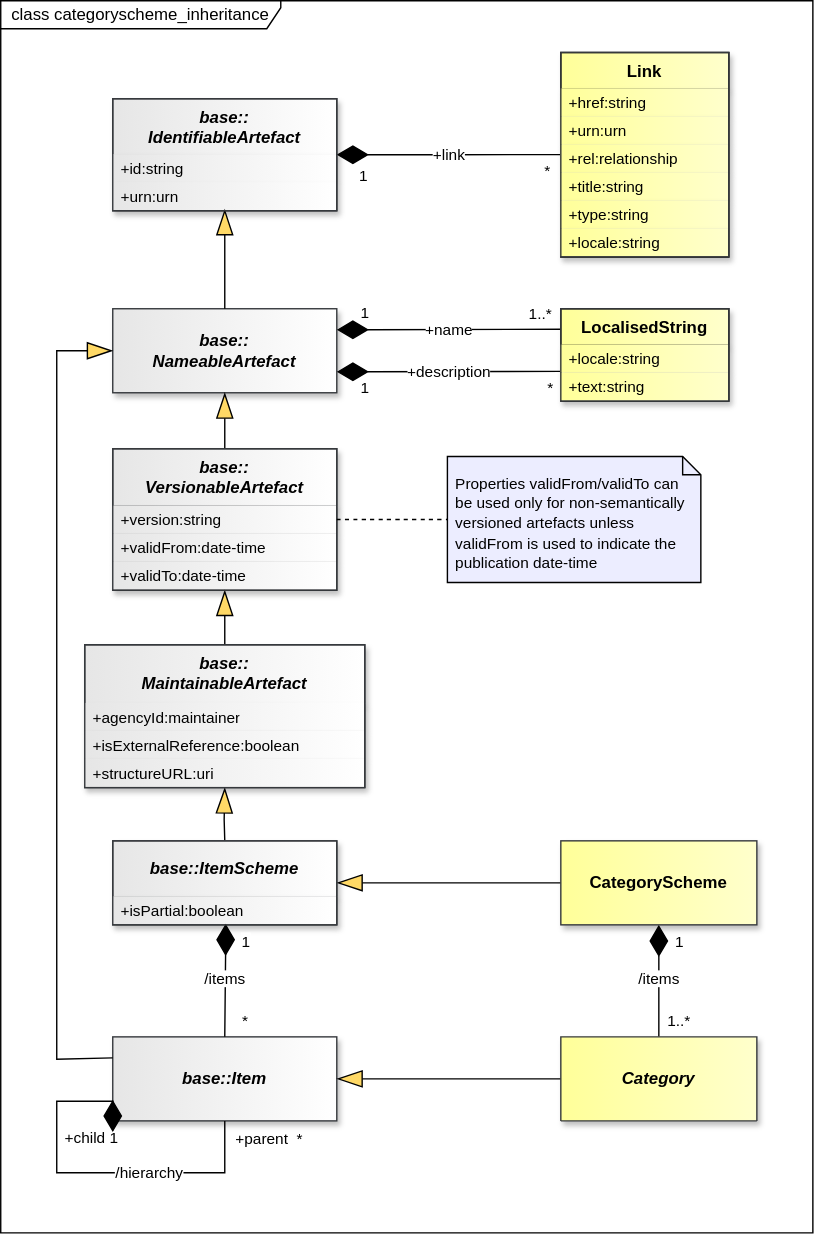
This is docs/information_model/media/sdmx_categoryscheme-categoryscheme_inheritance.svg from sdmx-twg/sdmx-im, a draw.io export, as it was before one commit. Source tidied: cells renumbered, new cells last; positions are measured from the earlier drawing's top-left corner, leaving out a move shared by most shapes.
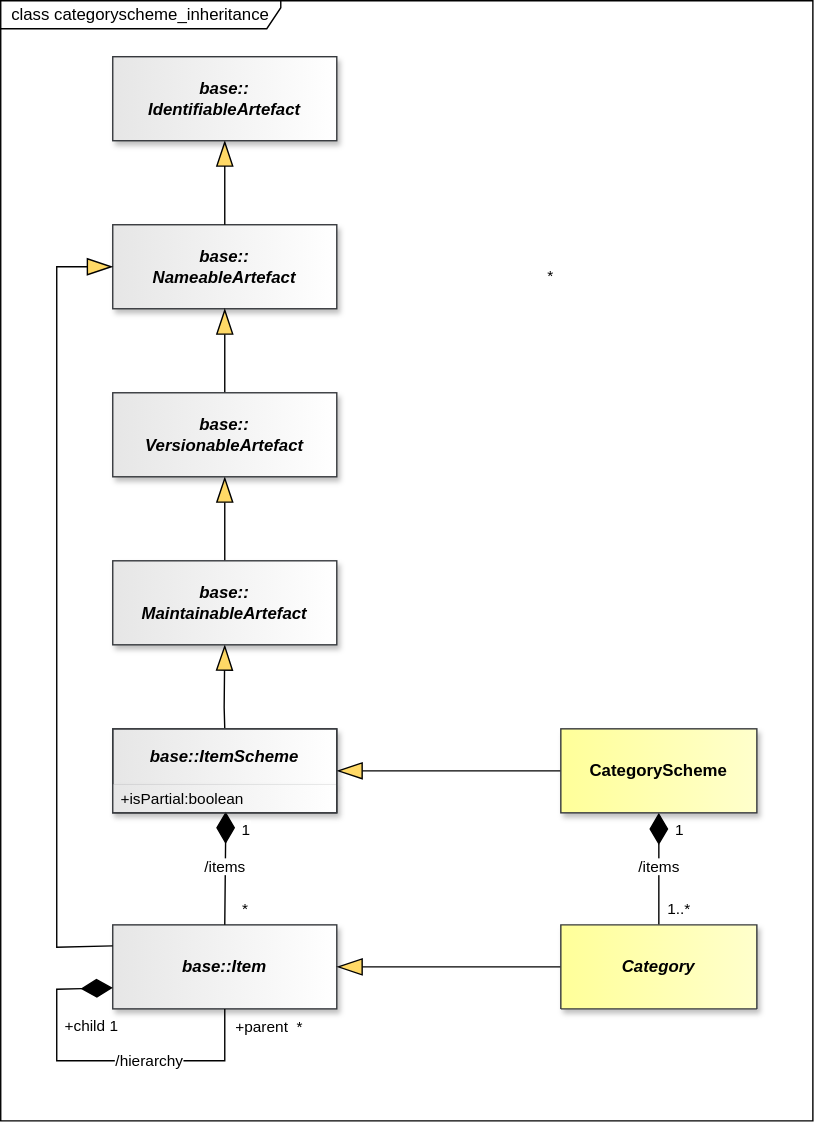
The same file after the commit.

The edit, as a diff of the source:
```diff
@@ -14,31 +14,10 @@
     <mxCell id="5" value="class categoryscheme_inheritance" style="shape=umlFrame;whiteSpace=wrap;html=1;fillColor=light-dark(#FFFFFF,#121212);swimlaneFillColor=light-dark(#FFFFFF,#121212);width=200;height=20;" parent="1" vertex="1">
-      <mxGeometry width="580" height="880" as="geometry" />
+      <mxGeometry y="80" width="580" height="800" as="geometry" />
     </mxCell>
-    <mxCell id="6" value="base::&lt;br&gt;IdentifiableArtefact" style="swimlane;fontStyle=3;align=center;verticalAlign=top;horizontal=1;startSize=40;whiteSpace=wrap;html=1;strokeColor=#36393d;fontFamily=Helvetica;fontSize=12;fillColor=light-dark(#E6E6E6,#E6E6E6);gradientDirection=east;gradientColor=light-dark(#FFFFFF,#FFFFFF);fontColor=light-dark(#000000,#000000);shadow=1;" parent="1" vertex="1">
-      <mxGeometry x="80" y="70" width="160" height="80" as="geometry" />
-    </mxCell>
-    <mxCell id="7" value="+id:string" style="text;strokeColor=none;fillColor=light-dark(#E6E6E6,#E6E6E6);align=left;verticalAlign=middle;spacingLeft=4;spacingRight=4;overflow=hidden;whiteSpace=wrap;html=1;fontFamily=Helvetica;fontSize=11;fontColor=light-dark(#000000,#000000);fontStyle=0;gradientColor=light-dark(#FFFFFF,#FFFFFF);gradientDirection=east;shadow=1;" parent="6" vertex="1">
-      <mxGeometry y="40" width="160" height="20" as="geometry" />
-    </mxCell>
-    <mxCell id="8" value="+urn:urn" style="text;strokeColor=none;fillColor=light-dark(#E6E6E6,#E6E6E6);align=left;verticalAlign=middle;spacingLeft=4;spacingRight=4;overflow=hidden;points=[[0,0.5],[1,0.5]];portConstraint=eastwest;whiteSpace=wrap;html=1;fontFamily=Helvetica;fontSize=11;fontColor=light-dark(#000000,#000000);fontStyle=0;gradientColor=light-dark(#FFFFFF,#FFFFFF);gradientDirection=east;shadow=1;" parent="6" vertex="1">
-      <mxGeometry y="60" width="160" height="20" as="geometry" />
-    </mxCell>
     <mxCell id="9" value="base::&lt;br&gt;NameableArtefact" style="whiteSpace=wrap;html=1;verticalAlign=middle;gradientDirection=east;imageVerticalAlign=top;fontStyle=3;fillColor=light-dark(#E6E6E6,#E6E6E6);strokeColor=#36393d;fontColor=light-dark(#000000,#000000);gradientColor=light-dark(#FFFFFF,#FFFFFF);shadow=1;" parent="1" vertex="1">
-      <mxGeometry x="80" y="220" width="160" height="60" as="geometry" />
+      <mxGeometry x="80" y="240" width="160" height="60" as="geometry" />
     </mxCell>
-    <mxCell id="10" style="endArrow=blockThin;endSize=16;endFill=1;html=1;rounded=0;entryX=0.5;entryY=0.95;entryDx=0;entryDy=0;exitX=0.5;exitY=0;exitDx=0;exitDy=0;startFill=0;endFillColor=light-dark(#FFD966,#FFD966);strokeColor=light-dark(#000000,#FFFFFF);startFillColor=light-dark(#000000,#FFFFFF);labelBackgroundColor=none;labelBorderColor=light-dark(#000000,#FFFFFF);entryPerimeter=0;" parent="1" edge="1" source="9" target="8">
+    <mxCell id="10" style="endArrow=blockThin;endSize=16;endFill=1;html=1;rounded=0;entryX=0.5;entryY=1;entryDx=0;entryDy=0;exitX=0.5;exitY=0;exitDx=0;exitDy=0;startFill=0;endFillColor=light-dark(#FFD966,#FFD966);strokeColor=light-dark(#000000,#FFFFFF);startFillColor=light-dark(#000000,#FFFFFF);labelBackgroundColor=none;labelBorderColor=light-dark(#000000,#FFFFFF);" parent="1" edge="1" source="9" target="6">
       <mxGeometry relative="1" as="geometry" />
     </mxCell>
-    <mxCell id="11" value="base::&lt;br&gt;VersionableArtefact" style="swimlane;fontStyle=3;align=center;verticalAlign=top;horizontal=1;startSize=41;whiteSpace=wrap;html=1;strokeColor=#36393d;fontFamily=Helvetica;fontSize=12;fillColor=light-dark(#E6E6E6,#E6E6E6);gradientDirection=east;gradientColor=light-dark(#FFFFFF,#FFFFFF);fontColor=light-dark(#000000,#000000);shadow=1;" parent="1" vertex="1">
-      <mxGeometry x="80" y="320" width="160" height="101" as="geometry" />
-    </mxCell>
-    <mxCell id="12" value="+version:string" style="text;strokeColor=none;fillColor=light-dark(#E6E6E6,#E6E6E6);align=left;verticalAlign=middle;spacingLeft=4;spacingRight=4;overflow=hidden;whiteSpace=wrap;html=1;fontFamily=Helvetica;fontSize=11;fontColor=light-dark(#000000,#000000);fontStyle=0;gradientColor=light-dark(#FFFFFF,#FFFFFF);gradientDirection=east;shadow=1;" parent="11" vertex="1">
-      <mxGeometry y="41" width="160" height="20" as="geometry" />
-    </mxCell>
-    <mxCell id="13" value="+validFrom:date-time" style="text;strokeColor=none;fillColor=light-dark(#E6E6E6,#E6E6E6);align=left;verticalAlign=middle;spacingLeft=4;spacingRight=4;overflow=hidden;whiteSpace=wrap;html=1;fontFamily=Helvetica;fontSize=11;fontColor=light-dark(#000000,#000000);fontStyle=0;gradientColor=light-dark(#FFFFFF,#FFFFFF);gradientDirection=east;shadow=1;" parent="11" vertex="1">
-      <mxGeometry y="61" width="160" height="20" as="geometry" />
-    </mxCell>
-    <mxCell id="14" value="+validTo:date-time" style="text;strokeColor=none;fillColor=light-dark(#E6E6E6,#E6E6E6);align=left;verticalAlign=middle;spacingLeft=4;spacingRight=4;overflow=hidden;whiteSpace=wrap;html=1;fontFamily=Helvetica;fontSize=11;fontColor=light-dark(#000000,#000000);fontStyle=0;gradientColor=light-dark(#FFFFFF,#FFFFFF);gradientDirection=east;shadow=1;" parent="11" vertex="1">
-      <mxGeometry y="81" width="160" height="20" as="geometry" />
-    </mxCell>
     <mxCell id="15" style="endArrow=blockThin;endSize=16;endFill=1;html=1;rounded=0;entryX=0.5;entryY=1;entryDx=0;entryDy=0;exitX=0.5;exitY=0;exitDx=0;exitDy=0;startFill=0;endFillColor=light-dark(#FFD966,#FFD966);strokeColor=light-dark(#000000,#FFFFFF);startFillColor=light-dark(#000000,#FFFFFF);labelBackgroundColor=none;labelBorderColor=light-dark(#000000,#FFFFFF);" parent="1" edge="1" source="11" target="9">
@@ -46,35 +25,2 @@
     </mxCell>
-    <mxCell id="16" value="&lt;font style=&quot;color: light-dark(rgb(0, 0, 0), rgb(255, 255, 255)); background-color: light-dark(rgb(255, 255, 255), rgb(0, 0, 0));&quot;&gt;+name&lt;/font&gt;" style="endArrow=none;html=1;endSize=12;startArrow=diamondThin;startSize=20;startFill=1;rounded=0;exitX=1;exitY=0.25;exitDx=0;exitDy=0;endFill=0;strokeColor=light-dark(#000000,#FFFFFF);fontColor=light-dark(#000000,#FFFFFF);labelBackgroundColor=none;entryX=0.002;entryY=0.222;entryDx=0;entryDy=0;entryPerimeter=0;" parent="1" edge="1" source="9" target="45">
-      <mxGeometry relative="1" as="geometry" />
-    </mxCell>
-    <mxCell id="17" value="1..*" style="edgeLabel;html=1;align=right;verticalAlign=top;labelBackgroundColor=none;fontColor=light-dark(#000000,#FFFFFF);" parent="16" vertex="1">
-      <mxGeometry x="1" relative="1" as="geometry">
-        <mxPoint x="-6" y="-24" as="offset" />
-      </mxGeometry>
-    </mxCell>
-    <mxCell id="18" value="1" style="edgeLabel;html=1;align=center;verticalAlign=middle;fontSize=11;" parent="16" vertex="1">
-      <mxGeometry x="-0.76" y="-3" relative="1" as="geometry">
-        <mxPoint y="-15" as="offset" />
-      </mxGeometry>
-    </mxCell>
-    <mxCell id="19" value="&lt;font style=&quot;color: light-dark(rgb(0, 0, 0), rgb(255, 255, 255)); background-color: light-dark(rgb(255, 255, 255), rgb(0, 0, 0));&quot;&gt;+description&lt;/font&gt;" style="endArrow=none;html=1;endSize=12;startArrow=diamondThin;startSize=20;startFill=1;rounded=0;exitX=1;exitY=0.75;exitDx=0;exitDy=0;endFill=0;strokeColor=light-dark(#000000,#FFFFFF);fontColor=light-dark(#000000,#FFFFFF);labelBackgroundColor=none;entryX=-0.002;entryY=-0.064;entryDx=0;entryDy=0;entryPerimeter=0;" parent="1" edge="1" source="9" target="47">
-      <mxGeometry relative="1" as="geometry" />
-    </mxCell>
-    <mxCell id="20" value="1" style="edgeLabel;html=1;align=center;verticalAlign=middle;fontSize=11;" parent="19" vertex="1">
-      <mxGeometry x="-0.75" y="1" relative="1" as="geometry">
-        <mxPoint y="13" as="offset" />
-      </mxGeometry>
-    </mxCell>
-    <mxCell id="21" value="base::&lt;br&gt;MaintainableArtefact" style="swimlane;fontStyle=3;align=center;verticalAlign=top;horizontal=1;startSize=42;whiteSpace=wrap;html=1;strokeColor=#36393d;fontFamily=Helvetica;fontSize=12;fillColor=light-dark(#E6E6E6,#E6E6E6);gradientDirection=east;gradientColor=light-dark(#FFFFFF,#FFFFFF);fontColor=light-dark(#000000,#000000);shadow=1;" parent="1" vertex="1">
-      <mxGeometry x="60" y="460" width="200" height="102" as="geometry" />
-    </mxCell>
-    <mxCell id="22" value="+agencyId:maintainer" style="text;strokeColor=none;fillColor=light-dark(#E6E6E6,#E6E6E6);align=left;verticalAlign=middle;spacingLeft=4;spacingRight=4;overflow=hidden;whiteSpace=wrap;html=1;fontFamily=Helvetica;fontSize=11;fontColor=light-dark(#000000,#000000);fontStyle=0;gradientColor=light-dark(#FFFFFF,#FFFFFF);gradientDirection=east;shadow=1;" parent="21" vertex="1">
-      <mxGeometry y="42" width="200" height="20" as="geometry" />
-    </mxCell>
-    <mxCell id="23" value="+isExternalReference:boolean" style="text;strokeColor=none;fillColor=light-dark(#E6E6E6,#E6E6E6);align=left;verticalAlign=middle;spacingLeft=4;spacingRight=4;overflow=hidden;whiteSpace=wrap;html=1;fontFamily=Helvetica;fontSize=11;fontColor=light-dark(#000000,#000000);fontStyle=0;gradientColor=light-dark(#FFFFFF,#FFFFFF);gradientDirection=east;shadow=1;" parent="21" vertex="1">
-      <mxGeometry y="62" width="200" height="20" as="geometry" />
-    </mxCell>
-    <mxCell id="24" value="+structureURL:uri" style="text;strokeColor=none;fillColor=light-dark(#E6E6E6,#E6E6E6);align=left;verticalAlign=middle;spacingLeft=4;spacingRight=4;overflow=hidden;whiteSpace=wrap;html=1;fontFamily=Helvetica;fontSize=11;fontColor=light-dark(#000000,#000000);fontStyle=0;gradientColor=light-dark(#FFFFFF,#FFFFFF);gradientDirection=east;shadow=1;" parent="21" vertex="1">
-      <mxGeometry y="82" width="200" height="20" as="geometry" />
-    </mxCell>
     <mxCell id="25" style="endArrow=blockThin;endSize=16;endFill=1;html=1;rounded=0;exitX=0.5;exitY=0;exitDx=0;exitDy=0;startFill=0;endFillColor=light-dark(#FFD966,#FFD966);strokeColor=light-dark(#000000,#FFFFFF);startFillColor=light-dark(#000000,#FFFFFF);labelBackgroundColor=none;labelBorderColor=light-dark(#000000,#FFFFFF);entryX=0.5;entryY=1;entryDx=0;entryDy=0;" parent="1" edge="1" source="21" target="11">
@@ -83,3 +29,3 @@
     <mxCell id="26" style="endArrow=blockThin;endSize=16;endFill=1;html=1;rounded=0;exitX=0.5;exitY=0;exitDx=0;exitDy=0;startFill=0;endFillColor=light-dark(#FFD966,#FFD966);strokeColor=light-dark(#000000,#FFFFFF);startFillColor=light-dark(#000000,#FFFFFF);labelBackgroundColor=none;labelBorderColor=light-dark(#000000,#FFFFFF);entryX=0.5;entryY=1;entryDx=0;entryDy=0;" parent="1" edge="1" source="33" target="21">
-      <mxGeometry relative="1" as="geometry">
+      <mxGeometry x="-0.53" relative="1" as="geometry">
         <Array as="points">
@@ -152,6 +98,6 @@
     <mxCell id="41" style="endArrow=blockThin;endSize=16;endFill=1;html=1;rounded=0;exitX=0;exitY=0.25;exitDx=0;exitDy=0;startFill=0;endFillColor=light-dark(#FFD966,#FFD966);strokeColor=light-dark(#000000,#FFFFFF);startFillColor=light-dark(#000000,#FFFFFF);labelBackgroundColor=none;labelBorderColor=light-dark(#000000,#FFFFFF);entryX=0;entryY=0.5;entryDx=0;entryDy=0;" parent="1" edge="1" source="27" target="9">
-      <mxGeometry relative="1" as="geometry">
+      <mxGeometry x="0.04" relative="1" as="geometry">
         <Array as="points">
           <mxPoint x="40" y="756" />
-          <mxPoint x="40" y="250" />
+          <mxPoint x="40" y="270" />
         </Array>
@@ -168,60 +114,2 @@
     </mxCell>
-    <mxCell id="45" value="LocalisedString" style="swimlane;fontStyle=1;align=center;verticalAlign=top;horizontal=1;startSize=26;whiteSpace=wrap;html=1;fillColor=light-dark(#FFFF99,#FFFF99);strokeColor=light-dark(#000000,#000000);gradientDirection=east;swimlaneLine=1;fontColor=light-dark(#000000,#000000);labelBackgroundColor=none;textShadow=0;gradientColor=light-dark(#FFFFCC,#FFFFCC);shadow=1;" parent="1" vertex="1">
-      <mxGeometry x="400" y="220" width="120" height="66" as="geometry" />
-    </mxCell>
-    <mxCell id="46" value="+locale:string" style="text;strokeColor=none;fillColor=light-dark(#FFFF99,#FFFF99);align=left;verticalAlign=middle;spacingLeft=4;spacingRight=4;overflow=hidden;whiteSpace=wrap;html=1;fontSize=11;gradientColor=light-dark(#FFFFCC,#FFFFCC);gradientDirection=east;fontColor=light-dark(#000000,#000000);strokeWidth=0;shadow=1;" parent="45" vertex="1">
-      <mxGeometry y="26" width="120" height="20" as="geometry" />
-    </mxCell>
-    <mxCell id="47" value="+text:string" style="text;strokeColor=none;fillColor=light-dark(#FFFF99,#FFFF99);align=left;verticalAlign=middle;spacingLeft=4;spacingRight=4;overflow=hidden;points=[[0,0.5],[1,0.5]];portConstraint=eastwest;whiteSpace=wrap;html=1;fontSize=11;gradientColor=light-dark(#FFFFCC,#FFFFCC);gradientDirection=east;fontColor=light-dark(#000000,#000000);strokeWidth=0;shadow=1;" parent="45" vertex="1">
-      <mxGeometry y="46" width="120" height="20" as="geometry" />
-    </mxCell>
-    <mxCell id="48" style="endArrow=none;html=1;endSize=12;startArrow=diamondThin;startSize=20;startFill=1;edgeStyle=orthogonalEdgeStyle;rounded=0;exitX=1;exitY=0.5;exitDx=0;exitDy=0;endFill=0;strokeColor=light-dark(#000000,#FFFFFF);fontColor=light-dark(#000000,#FFFFFF);labelBackgroundColor=none;entryX=0.004;entryY=0.345;entryDx=0;entryDy=0;entryPerimeter=0;" parent="1" edge="1" source="6" target="55">
-      <mxGeometry relative="1" as="geometry" />
-    </mxCell>
-    <mxCell id="49" value="*" style="edgeLabel;html=1;align=right;verticalAlign=top;labelBackgroundColor=none;fontColor=light-dark(#000000,#FFFFFF);" parent="48" vertex="1">
-      <mxGeometry x="1" relative="1" as="geometry">
-        <mxPoint x="-8" y="-1" as="offset" />
-      </mxGeometry>
-    </mxCell>
-    <mxCell id="50" value="&lt;font&gt;+link&lt;/font&gt;" style="edgeLabel;html=1;align=center;verticalAlign=middle;fontSize=11;" parent="48" vertex="1">
-      <mxGeometry relative="1" as="geometry" />
-    </mxCell>
-    <mxCell id="51" value="1" style="edgeLabel;html=1;align=center;verticalAlign=middle;fontSize=11;" parent="48" vertex="1">
-      <mxGeometry x="-0.8" y="-1" relative="1" as="geometry">
-        <mxPoint x="2" y="13" as="offset" />
-      </mxGeometry>
-    </mxCell>
-    <mxCell id="52" value="Link" style="swimlane;fontStyle=1;align=center;verticalAlign=top;horizontal=1;startSize=26;whiteSpace=wrap;html=1;fillColor=light-dark(#FFFF99,#FFFF99);strokeColor=light-dark(#000000,#000000);gradientDirection=east;swimlaneLine=1;fontColor=light-dark(#000000,#000000);labelBackgroundColor=none;textShadow=0;gradientColor=light-dark(#FFFFCC,#FFFFCC);shadow=1;" parent="1" vertex="1">
-      <mxGeometry x="400" y="37" width="120" height="146" as="geometry" />
-    </mxCell>
-    <mxCell id="53" value="+href:string" style="text;strokeColor=none;fillColor=light-dark(#FFFF99,#FFFF99);align=left;verticalAlign=middle;spacingLeft=4;spacingRight=4;overflow=hidden;whiteSpace=wrap;html=1;fontSize=11;gradientColor=light-dark(#FFFFCC,#FFFFCC);gradientDirection=east;fontColor=light-dark(#000000,#000000);strokeWidth=0;shadow=1;" parent="52" vertex="1">
-      <mxGeometry y="26" width="120" height="20" as="geometry" />
-    </mxCell>
-    <mxCell id="54" value="+urn:urn" style="text;strokeColor=none;fillColor=light-dark(#FFFF99,#FFFF99);align=left;verticalAlign=middle;spacingLeft=4;spacingRight=4;overflow=hidden;whiteSpace=wrap;html=1;fontSize=11;gradientColor=light-dark(#FFFFCC,#FFFFCC);gradientDirection=east;fontColor=light-dark(#000000,#000000);strokeWidth=0;shadow=1;" parent="52" vertex="1">
-      <mxGeometry y="46" width="120" height="20" as="geometry" />
-    </mxCell>
-    <mxCell id="55" value="+rel:relationship" style="text;strokeColor=none;fillColor=light-dark(#FFFF99,#FFFF99);align=left;verticalAlign=middle;spacingLeft=4;spacingRight=4;overflow=hidden;points=[[0,0.5],[1,0.5]];portConstraint=eastwest;whiteSpace=wrap;html=1;fontSize=11;gradientColor=light-dark(#FFFFCC,#FFFFCC);gradientDirection=east;fontColor=light-dark(#000000,#000000);strokeWidth=0;shadow=1;" parent="52" vertex="1">
-      <mxGeometry y="66" width="120" height="20" as="geometry" />
-    </mxCell>
-    <mxCell id="56" value="+title:string" style="text;strokeColor=none;fillColor=light-dark(#FFFF99,#FFFF99);align=left;verticalAlign=middle;spacingLeft=4;spacingRight=4;overflow=hidden;whiteSpace=wrap;html=1;fontSize=11;gradientColor=light-dark(#FFFFCC,#FFFFCC);gradientDirection=east;fontColor=light-dark(#000000,#000000);strokeWidth=0;shadow=1;" parent="52" vertex="1">
-      <mxGeometry y="86" width="120" height="20" as="geometry" />
-    </mxCell>
-    <mxCell id="57" value="+type:string" style="text;strokeColor=none;fillColor=light-dark(#FFFF99,#FFFF99);align=left;verticalAlign=middle;spacingLeft=4;spacingRight=4;overflow=hidden;whiteSpace=wrap;html=1;fontSize=11;gradientColor=light-dark(#FFFFCC,#FFFFCC);gradientDirection=east;fontColor=light-dark(#000000,#000000);strokeWidth=0;shadow=1;" parent="52" vertex="1">
-      <mxGeometry y="106" width="120" height="20" as="geometry" />
-    </mxCell>
-    <mxCell id="58" value="+locale:string" style="text;strokeColor=none;fillColor=light-dark(#FFFF99,#FFFF99);align=left;verticalAlign=middle;spacingLeft=4;spacingRight=4;overflow=hidden;whiteSpace=wrap;html=1;fontSize=11;gradientColor=light-dark(#FFFFCC,#FFFFCC);gradientDirection=east;fontColor=light-dark(#000000,#000000);strokeWidth=0;shadow=1;" parent="52" vertex="1">
-      <mxGeometry y="126" width="120" height="20" as="geometry" />
-    </mxCell>
-    <mxCell id="59" style="rounded=0;whiteSpace=wrap;html=1;fillColor=none;strokeColor=#36393D;" parent="1" vertex="1">
-      <mxGeometry x="400" y="37" width="120" height="146" as="geometry" />
-    </mxCell>
-    <mxCell id="60" style="rounded=0;whiteSpace=wrap;html=1;fillColor=none;strokeColor=#36393D;" parent="1" vertex="1">
-      <mxGeometry x="400" y="220" width="120" height="66" as="geometry" />
-    </mxCell>
-    <mxCell id="61" style="rounded=0;whiteSpace=wrap;html=1;fillColor=none;strokeColor=#36393D;" parent="1" vertex="1">
-      <mxGeometry x="80" y="320" width="160" height="101" as="geometry" />
-    </mxCell>
-    <mxCell id="62" style="rounded=0;whiteSpace=wrap;html=1;fillColor=none;strokeColor=#36393D;" parent="1" vertex="1">
-      <mxGeometry x="60" y="460" width="200" height="102" as="geometry" />
-    </mxCell>
     <mxCell id="63" style="rounded=0;whiteSpace=wrap;html=1;fillColor=none;strokeColor=#36393D;" parent="1" vertex="1">
@@ -229,14 +117,11 @@
     </mxCell>
-    <mxCell id="64" style="rounded=0;whiteSpace=wrap;html=1;fillColor=none;strokeColor=#36393D;" parent="1" vertex="1">
-      <mxGeometry x="80" y="70" width="160" height="80" as="geometry" />
-    </mxCell>
-    <mxCell id="65" style="shape=note2;size=13;html=1;fillColor=light-dark(#ECEDFF,#ECEDFF);shadow=0;fontColor=light-dark(#000000,#000000);strokeColor=light-dark(#000000,#000000);verticalAlign=top;" parent="1" vertex="1">
-      <mxGeometry x="319" y="325.5" width="181" height="90" as="geometry" />
-    </mxCell>
-    <mxCell id="66" value="&lt;div&gt;&lt;font&gt;&lt;span style=&quot;font-size: 11px;&quot;&gt;Properties&amp;nbsp;&lt;/span&gt;&lt;/font&gt;&lt;span style=&quot;background-color: transparent; font-size: 11px;&quot;&gt;validFrom/validTo can be used only for non-semantically versioned artefacts&amp;nbsp;&lt;/span&gt;&lt;span style=&quot;background-color: transparent; font-size: 11px;&quot;&gt;unless validFrom is used to indicate the publication date-time&lt;/span&gt;&lt;/div&gt;" style="text;html=1;strokeColor=none;fillColor=none;align=left;verticalAlign=middle;spacingLeft=4;spacingRight=4;overflow=hidden;points=[[0,0.5],[1,0.5]];portConstraint=eastwest;whiteSpace=wrap;labelBorderColor=none;spacingTop=8;fontColor=light-dark(#000000,#000000);spacingBottom=4;" parent="65" vertex="1">
-      <mxGeometry width="181" height="90" as="geometry" />
-    </mxCell>
-    <mxCell id="67" style="edgeStyle=none;curved=1;rounded=0;jettySize=auto;html=1;fontSize=12;startSize=8;endSize=8;entryX=0;entryY=0.5;entryDx=0;entryDy=0;endArrow=none;endFill=0;dashed=1;exitX=1;exitY=0.5;exitDx=0;exitDy=0;" parent="1" edge="1" source="61" target="66">
-      <mxGeometry x="0.51" y="6.67" relative="1" as="geometry" />
-    </mxCell>
+    <mxCell id="6" value="base::&lt;br&gt;IdentifiableArtefact" style="whiteSpace=wrap;html=1;verticalAlign=middle;gradientDirection=east;imageVerticalAlign=top;fontStyle=3;fillColor=light-dark(#E6E6E6,#E6E6E6);strokeColor=#36393d;fontColor=light-dark(#000000,#000000);gradientColor=light-dark(#FFFFFF,#FFFFFF);shadow=1;" parent="1" vertex="1">
+      <mxGeometry x="80" y="120" width="160" height="60" as="geometry" />
+    </mxCell>
+    <mxCell id="11" value="base::&lt;br&gt;VersionableArtefact" style="whiteSpace=wrap;html=1;verticalAlign=middle;gradientDirection=east;imageVerticalAlign=top;fontStyle=3;fillColor=light-dark(#E6E6E6,#E6E6E6);strokeColor=#36393d;fontColor=light-dark(#000000,#000000);gradientColor=light-dark(#FFFFFF,#FFFFFF);shadow=1;" parent="1" vertex="1">
+      <mxGeometry x="80" y="360" width="160" height="60" as="geometry" />
+    </mxCell>
+    <mxCell id="21" value="base::&lt;br&gt;MaintainableArtefact" style="whiteSpace=wrap;html=1;verticalAlign=middle;gradientDirection=east;imageVerticalAlign=top;fontStyle=3;fillColor=light-dark(#E6E6E6,#E6E6E6);strokeColor=#36393d;fontColor=light-dark(#000000,#000000);gradientColor=light-dark(#FFFFFF,#FFFFFF);shadow=1;" parent="1" vertex="1">
+      <mxGeometry x="80" y="480" width="160" height="60" as="geometry" />
+    </mxCell>
   </root>
```
